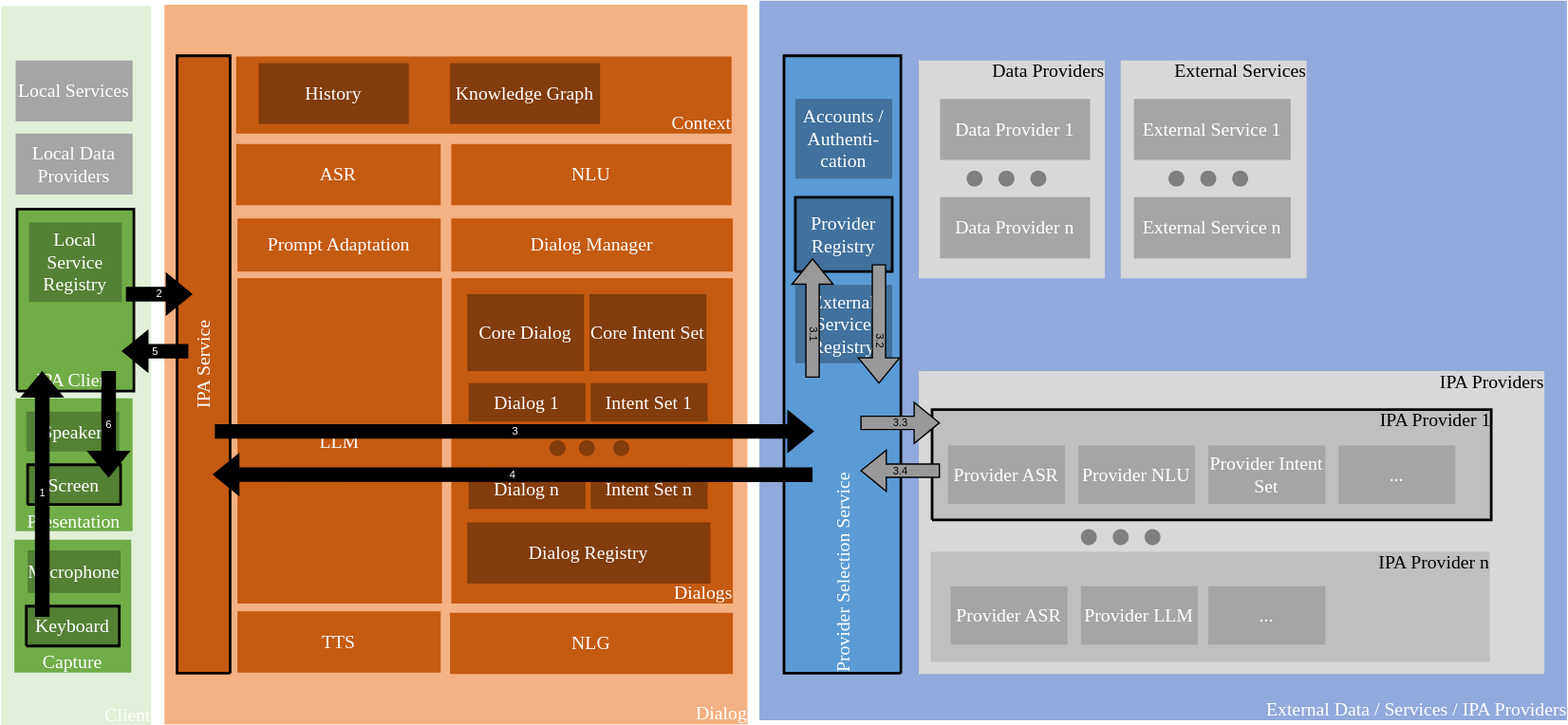
w3c/voiceinteraction keeps this draw.io diagram as source/docs/IPA-Architecture-ChatGPT.svg. Above is the earlier version. Source tidied: cells renumbered, new cells last; positions are measured from the earlier drawing's top-left corner, leaving out a move shared by most shapes.
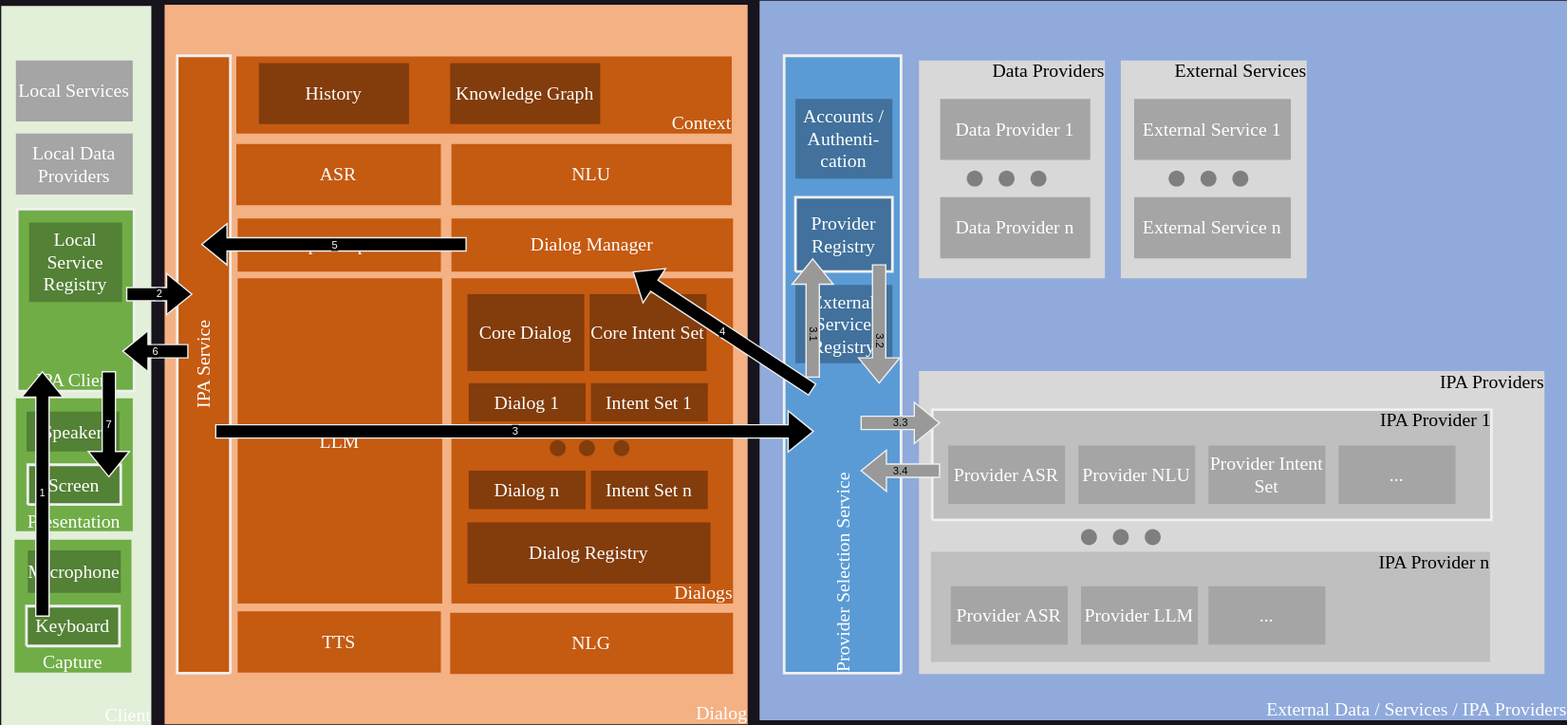
Above is the later version.

Commit message:
Updated diagram to illustrate ChatGPT usage

Change to the diagram source:
```diff
@@ -197,6 +197,11 @@
     <mxCell id="65" value="&lt;div style=&quot;font-size: 1px&quot;&gt;&lt;font style=&quot;font-size:14.11px;font-family:Calibri;color:#feffff;direction:ltr;letter-spacing:0px;line-height:120%;opacity:1&quot;&gt;LLM&lt;br&gt;&lt;/font&gt;&lt;/div&gt;" style="verticalAlign=middle;align=center;overflow=width;vsdxID=3;fillColor=#c55a11;gradientColor=none;shape=(stored shape, 160 characters);strokeColor=none;labelBackgroundColor=none;rounded=0;html=1;whiteSpace=wrap;" parent="1" vertex="1">
       <mxGeometry x="258" y="209" width="154" height="245" as="geometry" />
     </mxCell>
+    <mxCell id="77" style="edgeStyle=orthogonalEdgeStyle;rounded=0;jettySize=auto;html=1;" parent="1" edge="1" source="66">
+      <mxGeometry relative="1" as="geometry">
+        <mxPoint x="231" y="184" as="targetPoint" />
+      </mxGeometry>
+    </mxCell>
     <mxCell id="66" value="&lt;div style=&quot;font-size: 1px&quot;&gt;&lt;font style=&quot;font-size:14.11px;font-family:Calibri;color:#feffff;direction:ltr;letter-spacing:0px;line-height:120%;opacity:1&quot;&gt;Prompt Adaptation&lt;br&gt;&lt;/font&gt;&lt;/div&gt;" style="verticalAlign=middle;align=center;overflow=width;vsdxID=3;fillColor=#c55a11;gradientColor=none;shape=(stored shape, 160 characters);strokeColor=none;points=[[1,0.5,0],[0.5,0,0],[0.5,0.5,0],[0.5,0.5,0]];labelBackgroundColor=none;rounded=0;html=1;whiteSpace=wrap;" parent="1" vertex="1">
       <mxGeometry x="258" y="164" width="153" height="40" as="geometry" />
     </mxCell>
@@ -218,19 +223,18 @@
         <mxPoint x="692" y="324.4" as="targetPoint" />
       </mxGeometry>
     </mxCell>
-    <mxCell id="70" value="4" style="shape=flexArrow;endArrow=classic;html=1;rounded=0;fillColor=#000000;fontSize=8;fontColor=#FFFFFF;labelBackgroundColor=#000000;" parent="1" edge="1">
+    <mxCell id="70" value="4" style="shape=flexArrow;endArrow=classic;html=1;rounded=0;fillColor=#000000;fontSize=8;fontColor=#FFFFFF;labelBackgroundColor=#000000;" parent="1" edge="1" target="7">
       <mxGeometry relative="1" as="geometry">
-        <mxPoint x="691" y="357" as="sourcePoint" />
-        <mxPoint x="239.5" y="356.9" as="targetPoint" />
+        <mxPoint x="691" y="293.1" as="sourcePoint" />
       </mxGeometry>
     </mxCell>
-    <mxCell id="71" value="5" style="shape=flexArrow;endArrow=classic;html=1;rounded=0;fillColor=#000000;fontSize=8;fontColor=#FFFFFF;labelBackgroundColor=#000000;" parent="1" edge="1">
+    <mxCell id="71" value="6" style="shape=flexArrow;endArrow=classic;html=1;rounded=0;fillColor=#000000;fontSize=8;fontColor=#FFFFFF;labelBackgroundColor=#000000;" parent="1" edge="1">
       <mxGeometry relative="1" as="geometry">
         <mxPoint x="221" y="264" as="sourcePoint" />
         <mxPoint x="171" y="264" as="targetPoint" />
       </mxGeometry>
     </mxCell>
-    <mxCell id="72" value="6" style="shape=flexArrow;endArrow=classic;html=1;rounded=0;fillColor=#000000;fontSize=8;fontColor=#FFFFFF;labelBackgroundColor=#000000;" parent="1" edge="1">
+    <mxCell id="72" value="7" style="shape=flexArrow;endArrow=classic;html=1;rounded=0;fillColor=#000000;fontSize=8;fontColor=#FFFFFF;labelBackgroundColor=#000000;" parent="1" edge="1">
       <mxGeometry relative="1" as="geometry">
         <mxPoint x="161" y="279" as="sourcePoint" />
         <mxPoint x="161" y="359" as="targetPoint" />
@@ -260,5 +264,11 @@
         <mxPoint x="727" y="354" as="targetPoint" />
       </mxGeometry>
     </mxCell>
+    <mxCell id="78" value="5" style="shape=flexArrow;endArrow=classic;html=1;rounded=0;fillColor=#000000;fontSize=8;fontColor=#FFFFFF;labelBackgroundColor=#000000;" parent="1" edge="1">
+      <mxGeometry relative="1" as="geometry">
+        <mxPoint x="430.5" y="183.5" as="sourcePoint" />
+        <mxPoint x="230.5" y="183.5" as="targetPoint" />
+      </mxGeometry>
+    </mxCell>
   </root>
 </mxGraphModel>
```
